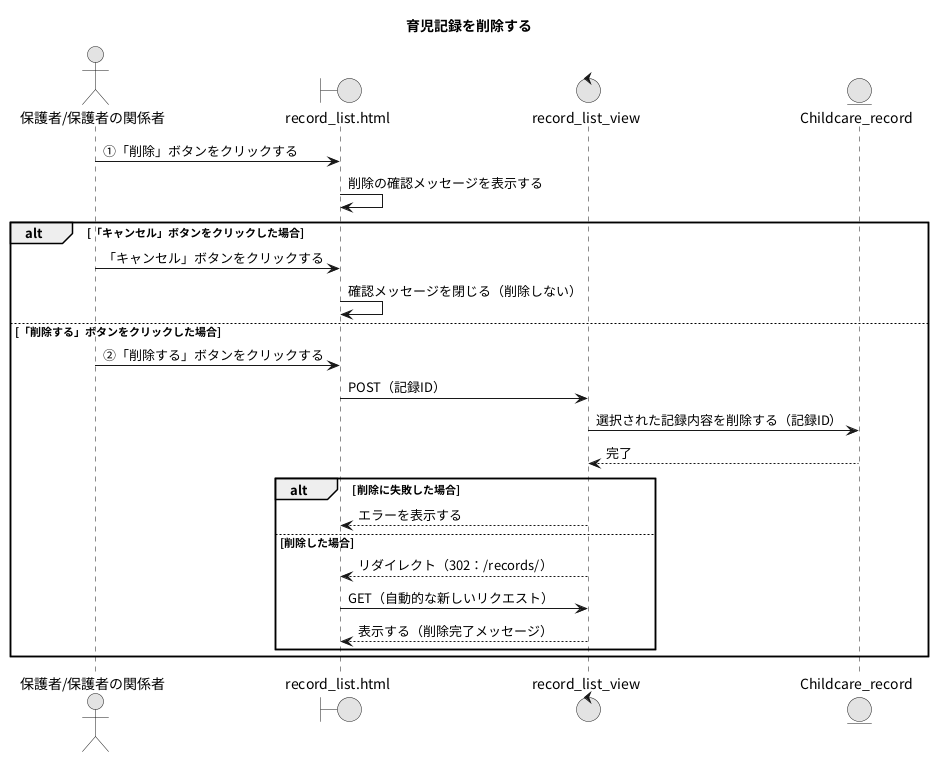
Before: PNG/13_育児記録を削除する.png, a diagram exported from PlantUML (Ma2naga190330/26_sotugyou_puml). Its diagram source:
```plantuml
@startuml
title 育児記録を削除する
skinparam defaultFontName "Noto Sans CJK JP"
skinparam monochrome true

actor "保護者/保護者の関係者" as A
boundary "record_list.html" as RLP
control "record_list_view" as RLV
entity "Childcare_record" as CRM

A -> RLP : ①「削除」ボタンをクリックする
RLP -> RLP : 削除の確認メッセージを表示する

alt 「キャンセル」ボタンをクリックした場合
  A -> RLP : 「キャンセル」ボタンをクリックする
  RLP -> RLP : 確認メッセージを閉じる（削除しない）
else 「削除する」ボタンをクリックした場合
  A -> RLP : ②「削除する」ボタンをクリックする
  RLP -> RLV : POST（記録ID）
  RLV -> CRM : 選択された記録内容を削除する（記録ID）
  RLV <-- CRM : 完了
  alt 削除に失敗した場合
    RLV --> RLP : エラーを表示する
  else 削除した場合
    RLV --> RLP : リダイレクト（302：/records/）
    RLP -> RLV : GET（自動的な新しいリクエスト）
    RLV --> RLP : 表示する（削除完了メッセージ）
  end
end
@enduml
```
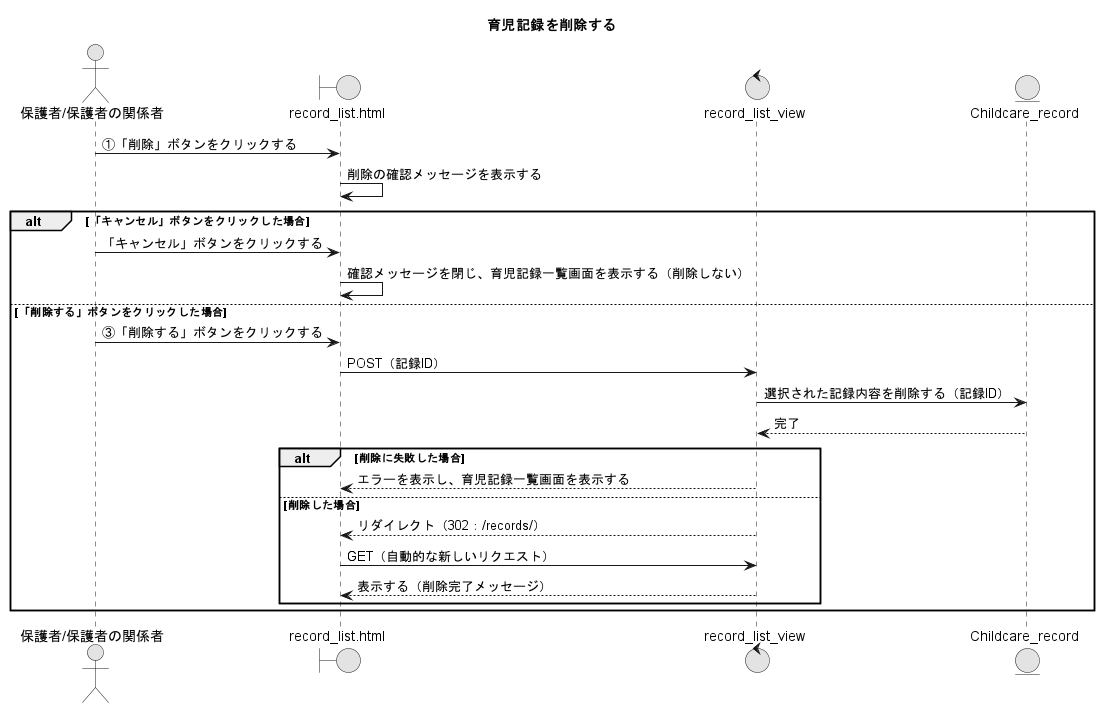
After the change.

The edit, as a diff of the source:
```diff
@@ -13,14 +13,14 @@
 
 alt 「キャンセル」ボタンをクリックした場合
   A -> RLP : 「キャンセル」ボタンをクリックする
-  RLP -> RLP : 確認メッセージを閉じる（削除しない）
+  RLP -> RLP : 確認メッセージを閉じ、育児記録一覧画面を表示する（削除しない）
 else 「削除する」ボタンをクリックした場合
-  A -> RLP : ②「削除する」ボタンをクリックする
+  A -> RLP : ③「削除する」ボタンをクリックする
   RLP -> RLV : POST（記録ID）
   RLV -> CRM : 選択された記録内容を削除する（記録ID）
   RLV <-- CRM : 完了
   alt 削除に失敗した場合
-    RLV --> RLP : エラーを表示する
+    RLV --> RLP : エラーを表示し、育児記録一覧画面を表示する
   else 削除した場合
     RLV --> RLP : リダイレクト（302：/records/）
     RLP -> RLV : GET（自動的な新しいリクエスト）
```
